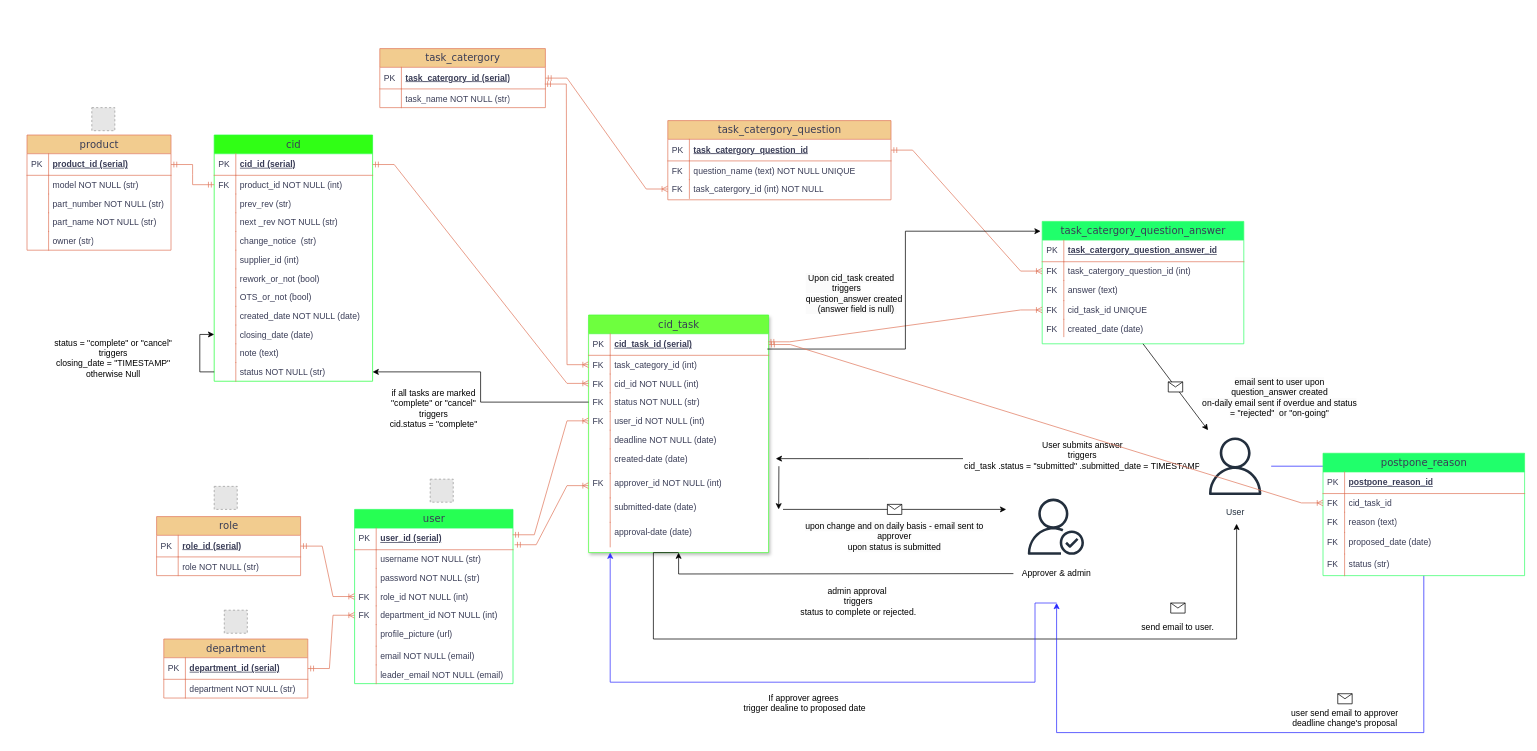
The draw.io diagram Untitled Diagram.drawio in HieuBuiCong/ResumeHieuBC, before the edit. Source tidied: cells renumbered, new cells numbered last; positions are measured from the earlier drawing's top-left corner, leaving out a move shared by most shapes. Both pictures are drawn from the tidied source at 72%, with x=0, y=0 at pixel (12, -60). Pictures stored in the file or linked from it are replaced by grey dashed boxes.
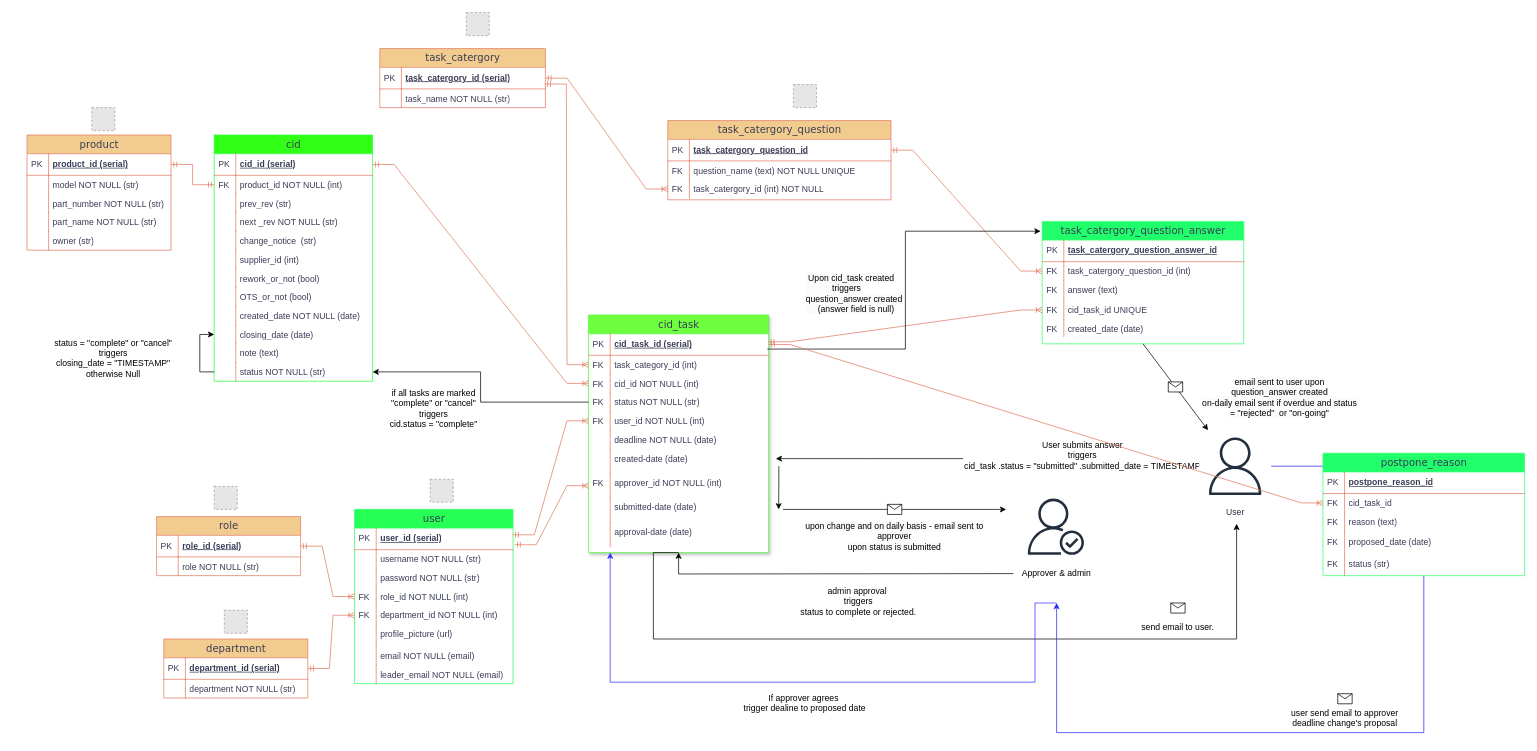
Above is the later version.

The edit, as a diff of the source:
```diff
@@
+    <mxCell id="163" style="fillColor=#E6E6E6;strokeColor=#999999;dashed=1;html=1;verticalAlign=top;verticalLabelPosition=bottom;labelBackgroundColor=#ffffff;" parent="1" vertex="1">
+      <mxGeometry x="630" y="100" width="32" height="32" as="geometry" />
+    </mxCell>
+    <mxCell id="164" style="fillColor=#E6E6E6;strokeColor=#999999;dashed=1;html=1;verticalAlign=top;verticalLabelPosition=bottom;labelBackgroundColor=#ffffff;" parent="1" vertex="1">
+      <mxGeometry x="1084.5" y="200" width="32" height="32" as="geometry" />
+    </mxCell>
```
